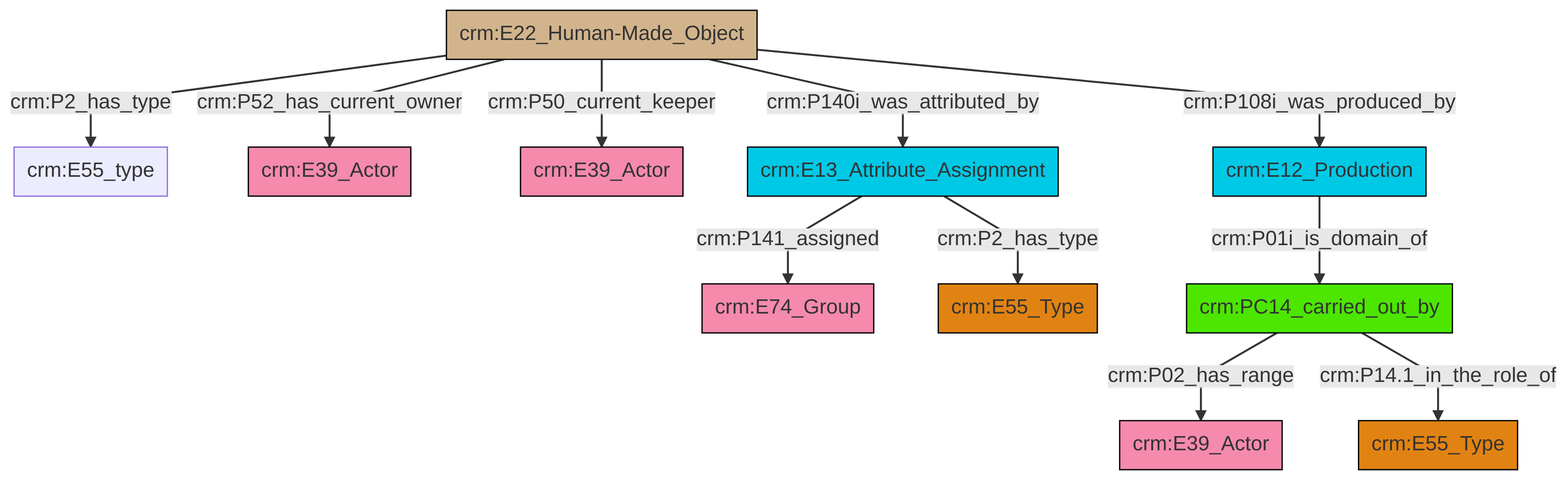
This is et/artworkCSV/ttl/mmd/png/Artwork_Actor_Relations.png from swiss-art-research-net/reference-data-models, a Mermaid export, as it was before one commit. Its source is kept beside it as et/artworkCSV/ttl/mmd/Artwork_Actor_Relations.ttl.mmd.
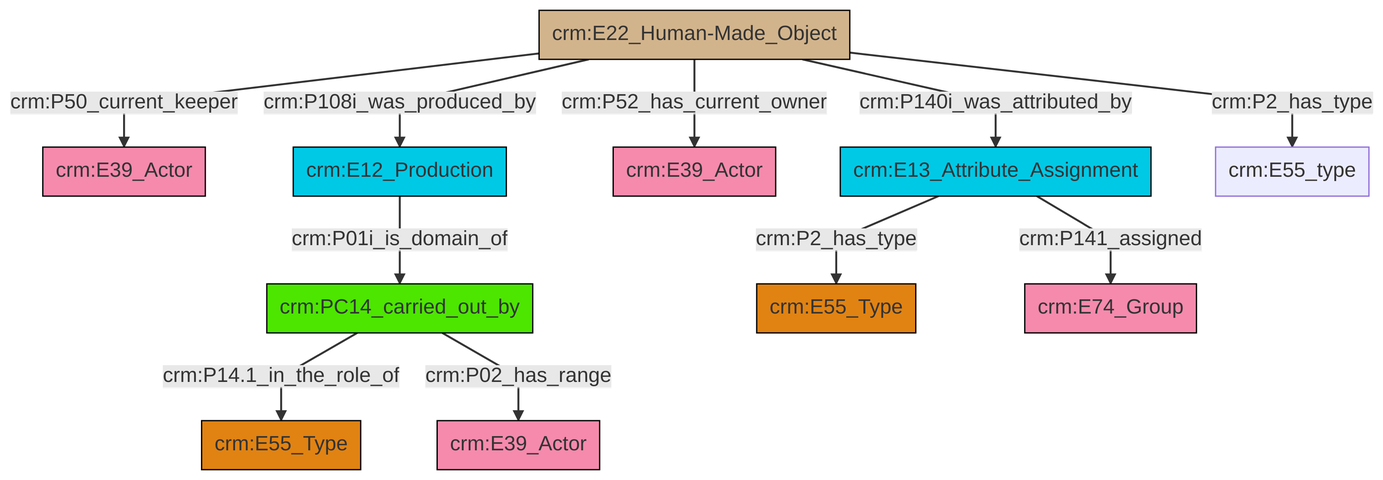
After the change.

Change to the diagram source:
```diff
@@ -13,13 +13,13 @@
 classDef PC_Classes fill:#4ce600, stroke:#000000;
 classDef Multi fill:#cccccc,stroke:#000000;
 
-4["crm:E22_Human-Made_Object"]:::Physical_Thing -->|crm:P52_has_current_owner| 5["crm:E39_Actor"]:::Actor
-4["crm:E22_Human-Made_Object"]:::Physical_Thing -->|crm:P50_current_keeper| 8["crm:E39_Actor"]:::Actor
-4["crm:E22_Human-Made_Object"]:::Physical_Thing -->|crm:P140i_was_attributed_by| 9["crm:E13_Attribute_Assignment"]:::Temporal_Entity
-11["crm:PC14_carried_out_by"]:::PC_Classes -->|crm:P02_has_range| 12["crm:E39_Actor"]:::Actor
-9["crm:E13_Attribute_Assignment"]:::Temporal_Entity -->|crm:P2_has_type| 6["crm:E55_Type"]:::Type
-4["crm:E22_Human-Made_Object"]:::Physical_Thing -->|crm:P108i_was_produced_by| 15["crm:E12_Production"]:::Temporal_Entity
-9["crm:E13_Attribute_Assignment"]:::Temporal_Entity -->|crm:P141_assigned| 0["crm:E74_Group"]:::Actor
-4["crm:E22_Human-Made_Object"]:::Physical_Thing -->|crm:P2_has_type| 2["crm:E55_type"]:::Default
-11["crm:PC14_carried_out_by"]:::PC_Classes -->|crm:P14.1_in_the_role_of| 18["crm:E55_Type"]:::Type
-15["crm:E12_Production"]:::Temporal_Entity -->|crm:P01i_is_domain_of| 11["crm:PC14_carried_out_by"]:::PC_Classes
+8["crm:E22_Human-Made_Object"]:::Physical_Thing -->|crm:P140i_was_attributed_by| 9["crm:E13_Attribute_Assignment"]:::Temporal_Entity
+8["crm:E22_Human-Made_Object"]:::Physical_Thing -->|crm:P52_has_current_owner| 12["crm:E39_Actor"]:::Actor
+6["crm:PC14_carried_out_by"]:::PC_Classes -->|crm:P14.1_in_the_role_of| 0["crm:E55_Type"]:::Type
+8["crm:E22_Human-Made_Object"]:::Physical_Thing -->|crm:P50_current_keeper| 4["crm:E39_Actor"]:::Actor
+6["crm:PC14_carried_out_by"]:::PC_Classes -->|crm:P02_has_range| 2["crm:E39_Actor"]:::Actor
+8["crm:E22_Human-Made_Object"]:::Physical_Thing -->|crm:P108i_was_produced_by| 16["crm:E12_Production"]:::Temporal_Entity
+16["crm:E12_Production"]:::Temporal_Entity -->|crm:P01i_is_domain_of| 6["crm:PC14_carried_out_by"]:::PC_Classes
+9["crm:E13_Attribute_Assignment"]:::Temporal_Entity -->|crm:P141_assigned| 14["crm:E74_Group"]:::Actor
+9["crm:E13_Attribute_Assignment"]:::Temporal_Entity -->|crm:P2_has_type| 10["crm:E55_Type"]:::Type
+8["crm:E22_Human-Made_Object"]:::Physical_Thing -->|crm:P2_has_type| 18["crm:E55_type"]:::Default
```
